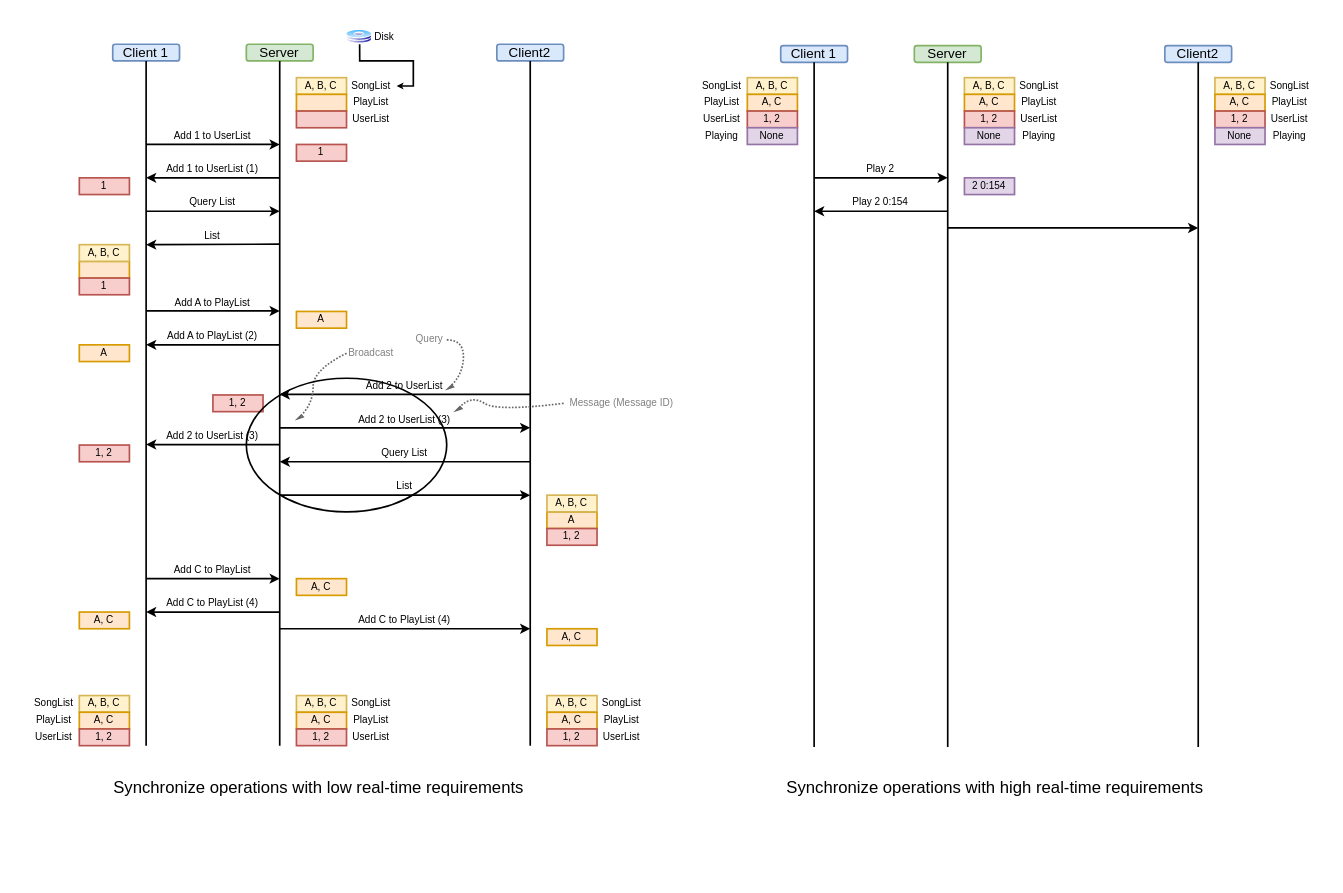
Earlier version of the draw.io diagram Drafts/ksys.drawio (xrysamuel/my-drawio). Source tidied: cells renumbered, new cells numbered last; positions are measured from the earlier drawing's top-left corner, leaving out a move shared by most shapes. Both pictures are drawn from the tidied source at 167%, with x=0, y=0 at pixel (28, 28).
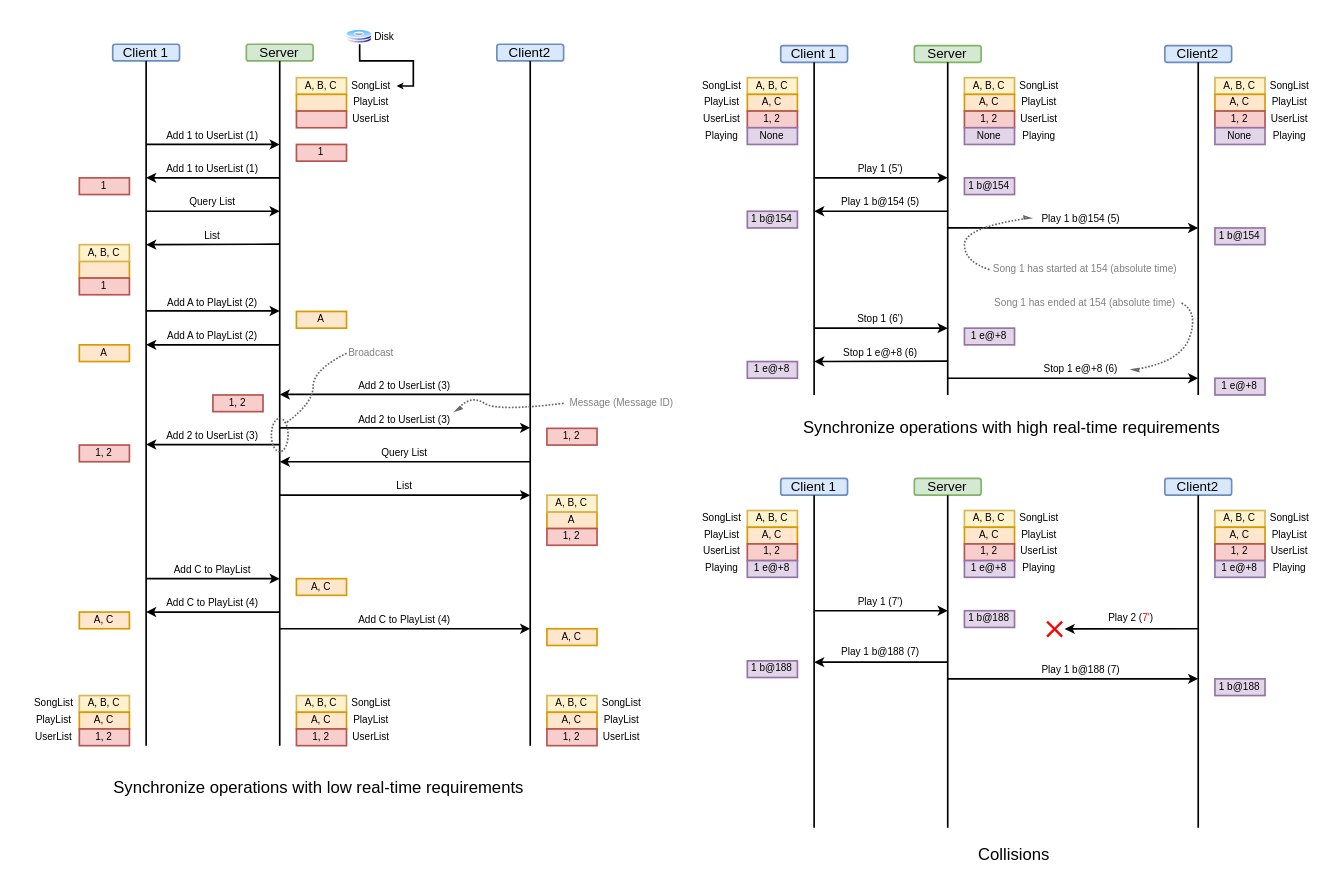
The same diagram, later.

The change refers to these unchanged cells:
```xml
<mxCell id="78" value="Client 1" style="rounded=1;whiteSpace=wrap;html=1;fontSize=8;fillColor=#dae8fc;strokeColor=#6c8ebf;" parent="1" vertex="1">
  <mxGeometry x="450" y="9.8" width="40" height="10" as="geometry" />
</mxCell>
<mxCell id="79" value="Server" style="rounded=1;whiteSpace=wrap;html=1;fontSize=8;fillColor=#d5e8d4;strokeColor=#82b366;" parent="1" vertex="1">
  <mxGeometry x="530" y="9.8" width="40" height="10" as="geometry" />
</mxCell>
<mxCell id="80" value="Client2" style="rounded=1;whiteSpace=wrap;html=1;fontSize=8;fillColor=#dae8fc;strokeColor=#6c8ebf;" parent="1" vertex="1">
  <mxGeometry x="680" y="9.8" width="40" height="10" as="geometry" />
</mxCell>
```

What changed in the source:
```diff
@@
-    <mxCell id="9" value="Add 1 to UserList" style="text;html=1;align=center;verticalAlign=middle;whiteSpace=wrap;rounded=0;fontSize=6;dashed=1;dashPattern=1 1;" parent="1" vertex="1">
+    <mxCell id="9" value="Add 1 to UserList (1)" style="text;html=1;align=center;verticalAlign=middle;whiteSpace=wrap;rounded=0;fontSize=6;dashed=1;dashPattern=1 1;" parent="1" vertex="1">
       <mxGeometry x="80" y="59" width="60" height="10" as="geometry" />
     </mxCell>
@@
-    <mxCell id="13" value="Add A to PlayList" style="text;html=1;align=center;verticalAlign=middle;whiteSpace=wrap;rounded=0;fontSize=6;" parent="1" vertex="1">
+    <mxCell id="13" value="Add A to PlayList (2)" style="text;html=1;align=center;verticalAlign=middle;whiteSpace=wrap;rounded=0;fontSize=6;" parent="1" vertex="1">
       <mxGeometry x="80" y="159" width="60" height="10" as="geometry" />
     </mxCell>
@@
-    <mxCell id="28" value="Add 2 to UserList" style="text;html=1;align=center;verticalAlign=middle;whiteSpace=wrap;rounded=0;fontSize=6;" parent="1" vertex="1">
+    <mxCell id="28" value="Add 2 to UserList (3)" style="text;html=1;align=center;verticalAlign=middle;whiteSpace=wrap;rounded=0;fontSize=6;" parent="1" vertex="1">
       <mxGeometry x="195" y="209" width="60" height="10" as="geometry" />
     </mxCell>
@@
     <mxCell id="81" style="endArrow=none;html=1;rounded=0;entryX=0.5;entryY=1;entryDx=0;entryDy=0;" parent="1" edge="1" target="78">
       <mxGeometry relative="1" as="geometry">
-        <mxPoint x="470" y="429.8" as="sourcePoint" />
+        <mxPoint x="470" y="219" as="sourcePoint" />
       </mxGeometry>
     </mxCell>
     <mxCell id="82" style="endArrow=none;html=1;rounded=0;entryX=0.5;entryY=1;entryDx=0;entryDy=0;" parent="1" edge="1" target="79">
       <mxGeometry relative="1" as="geometry">
-        <mxPoint x="550" y="429.8" as="sourcePoint" />
+        <mxPoint x="550" y="219" as="sourcePoint" />
       </mxGeometry>
     </mxCell>
     <mxCell id="83" style="endArrow=none;html=1;rounded=0;entryX=0.5;entryY=1;entryDx=0;entryDy=0;" parent="1" edge="1" target="80">
       <mxGeometry relative="1" as="geometry">
-        <mxPoint x="700" y="429.8" as="sourcePoint" />
+        <mxPoint x="700" y="219" as="sourcePoint" />
       </mxGeometry>
     </mxCell>
     <mxCell id="84" value="Synchronize operations with high real-time requirements&amp;nbsp;" style="text;html=1;align=center;verticalAlign=middle;whiteSpace=wrap;rounded=0;fontSize=10;" parent="1" vertex="1">
-      <mxGeometry x="450" y="449" width="260" height="10" as="geometry" />
+      <mxGeometry x="460" y="233" width="260" height="10" as="geometry" />
     </mxCell>
@@
-    <mxCell id="104" value="Play 2" style="text;html=1;align=center;verticalAlign=middle;whiteSpace=wrap;rounded=0;fontSize=6;" parent="1" vertex="1">
+    <mxCell id="104" value="Play 1 (5')" style="text;html=1;align=center;verticalAlign=middle;whiteSpace=wrap;rounded=0;fontSize=6;" parent="1" vertex="1">
       <mxGeometry x="480" y="79" width="60" height="10" as="geometry" />
     </mxCell>
@@
-    <mxCell id="111" value="2 0:154" style="rounded=0;whiteSpace=wrap;html=1;fillColor=#e1d5e7;strokeColor=#9673a6;fontSize=6;" parent="1" vertex="1">
+    <mxCell id="111" value="1 b@154" style="rounded=0;whiteSpace=wrap;html=1;fillColor=#e1d5e7;strokeColor=#9673a6;fontSize=6;" parent="1" vertex="1">
       <mxGeometry x="560" y="89" width="30" height="10" as="geometry" />
     </mxCell>
@@
-    <mxCell id="114" value="Play 2 0:154" style="text;html=1;align=center;verticalAlign=middle;whiteSpace=wrap;rounded=0;fontSize=6;" parent="1" vertex="1">
+    <mxCell id="114" value="Play 1 b@154 (5)" style="text;html=1;align=center;verticalAlign=middle;whiteSpace=wrap;rounded=0;fontSize=6;" parent="1" vertex="1">
       <mxGeometry x="480" y="99" width="60" height="10" as="geometry" />
     </mxCell>
@@
-    <mxCell id="116" value="Query" style="text;html=1;align=center;verticalAlign=middle;whiteSpace=wrap;rounded=0;fontSize=6;fontColor=#808080;" parent="1" vertex="1">
-      <mxGeometry x="230" y="181" width="20" height="10" as="geometry" />
-    </mxCell>
-    <mxCell id="117" style="curved=1;endArrow=async;html=1;rounded=0;endSize=2;dashed=1;dashPattern=1 1;fillColor=#f5f5f5;strokeColor=#666666;startSize=2;endFill=0;" parent="1" edge="1">
-      <mxGeometry relative="1" as="geometry">
-        <mxPoint x="250" y="186" as="sourcePoint" />
-        <mxPoint x="250" y="216" as="targetPoint" />
-        <Array as="points">
-          <mxPoint x="260" y="186" />
-          <mxPoint x="260" y="206" />
-        </Array>
-      </mxGeometry>
-    </mxCell>
@@
-    <mxCell id="120" style="curved=1;endArrow=async;html=1;rounded=0;endSize=2;dashed=1;dashPattern=1 1;fillColor=#f5f5f5;strokeColor=#666666;startSize=2;endFill=0;" parent="1" edge="1">
+    <mxCell id="120" style="curved=1;endArrow=none;html=1;rounded=0;endSize=2;dashed=1;dashPattern=1 1;fillColor=#f5f5f5;strokeColor=#666666;startSize=2;endFill=0;entryX=1;entryY=0;entryDx=0;entryDy=0;" parent="1" edge="1" target="122">
       <mxGeometry relative="1" as="geometry">
         <mxPoint x="190" y="194" as="sourcePoint" />
-        <mxPoint x="160" y="234" as="targetPoint" />
         <Array as="points">
           <mxPoint x="170" y="204" />
           <mxPoint x="170" y="224" />
         </Array>
       </mxGeometry>
     </mxCell>
@@
-    <mxCell id="122" style="ellipse;whiteSpace=wrap;html=1;fillColor=none;" parent="1" vertex="1">
-      <mxGeometry x="130" y="209" width="120" height="80" as="geometry" />
+    <mxCell id="122" style="ellipse;whiteSpace=wrap;html=1;fillColor=none;rounded=0;dashed=1;dashPattern=1 1;strokeColor=#666666;align=center;verticalAlign=middle;fontFamily=Helvetica;fontSize=11;fontColor=default;labelBackgroundColor=default;" parent="1" vertex="1">
+      <mxGeometry x="145" y="233" width="10" height="20" as="geometry" />
     </mxCell>
+    <mxCell id="123" value="1, 2" style="rounded=0;whiteSpace=wrap;html=1;fillColor=#f8cecc;strokeColor=#b85450;fontSize=6;" parent="1" vertex="1">
+      <mxGeometry x="310" y="239" width="30" height="10" as="geometry" />
+    </mxCell>
+    <mxCell id="124" value="1 b@154" style="rounded=0;whiteSpace=wrap;html=1;fillColor=#e1d5e7;strokeColor=#9673a6;fontSize=6;" parent="1" vertex="1">
+      <mxGeometry x="430" y="109" width="30" height="10" as="geometry" />
+    </mxCell>
+    <mxCell id="125" value="1 b@154" style="rounded=0;whiteSpace=wrap;html=1;fillColor=#e1d5e7;strokeColor=#9673a6;fontSize=6;" parent="1" vertex="1">
+      <mxGeometry x="710" y="119" width="30" height="10" as="geometry" />
+    </mxCell>
+    <mxCell id="126" value="Play 1 b@154 (5)" style="text;html=1;align=center;verticalAlign=middle;whiteSpace=wrap;rounded=0;fontSize=6;" parent="1" vertex="1">
+      <mxGeometry x="600" y="109" width="60" height="10" as="geometry" />
+    </mxCell>
+    <mxCell id="127" style="endArrow=classic;html=1;rounded=0;startSize=3;endSize=3;" parent="1" edge="1">
+      <mxGeometry relative="1" as="geometry">
+        <mxPoint x="470" y="179" as="sourcePoint" />
+        <mxPoint x="550" y="179" as="targetPoint" />
+      </mxGeometry>
+    </mxCell>
+    <mxCell id="128" value="Stop 1 (6')" style="text;html=1;align=center;verticalAlign=middle;whiteSpace=wrap;rounded=0;fontSize=6;" parent="1" vertex="1">
+      <mxGeometry x="480" y="169" width="60" height="10" as="geometry" />
+    </mxCell>
+    <mxCell id="129" value="1 e@+8" style="rounded=0;whiteSpace=wrap;html=1;fillColor=#e1d5e7;strokeColor=#9673a6;fontSize=6;" parent="1" vertex="1">
+      <mxGeometry x="560" y="179" width="30" height="10" as="geometry" />
+    </mxCell>
+    <mxCell id="130" style="endArrow=classic;html=1;rounded=0;startSize=3;endSize=3;" parent="1" edge="1">
+      <mxGeometry relative="1" as="geometry">
+        <mxPoint x="550" y="198.7" as="sourcePoint" />
+        <mxPoint x="470" y="199" as="targetPoint" />
+      </mxGeometry>
+    </mxCell>
+    <mxCell id="131" value="Stop 1 e@+8 (6)" style="text;html=1;align=center;verticalAlign=middle;whiteSpace=wrap;rounded=0;fontSize=6;" parent="1" vertex="1">
+      <mxGeometry x="480" y="189" width="60" height="10" as="geometry" />
+    </mxCell>
+    <mxCell id="132" value="1 e@+8" style="rounded=0;whiteSpace=wrap;html=1;fillColor=#e1d5e7;strokeColor=#9673a6;fontSize=6;" parent="1" vertex="1">
+      <mxGeometry x="430" y="199" width="30" height="10" as="geometry" />
+    </mxCell>
+    <mxCell id="133" value="1 e@+8" style="rounded=0;whiteSpace=wrap;html=1;fillColor=#e1d5e7;strokeColor=#9673a6;fontSize=6;" parent="1" vertex="1">
+      <mxGeometry x="710" y="209" width="30" height="10" as="geometry" />
+    </mxCell>
+    <mxCell id="134" style="endArrow=classic;html=1;rounded=0;startSize=3;endSize=3;" parent="1" edge="1">
+      <mxGeometry relative="1" as="geometry">
+        <mxPoint x="550" y="209" as="sourcePoint" />
+        <mxPoint x="700" y="209" as="targetPoint" />
+      </mxGeometry>
+    </mxCell>
+    <mxCell id="135" value="Stop 1 e@+8 (6)" style="text;html=1;align=center;verticalAlign=middle;whiteSpace=wrap;rounded=0;fontSize=6;" parent="1" vertex="1">
+      <mxGeometry x="600" y="199" width="60" height="10" as="geometry" />
+    </mxCell>
+    <mxCell id="136" value="Collisions" style="text;html=1;align=center;verticalAlign=middle;whiteSpace=wrap;rounded=0;fontSize=10;" parent="1" vertex="1">
+      <mxGeometry x="460" y="489" width="260" height="10" as="geometry" />
+    </mxCell>
+    <mxCell id="137" value="Client 1" style="rounded=1;whiteSpace=wrap;html=1;fontSize=8;fillColor=#dae8fc;strokeColor=#6c8ebf;" parent="1" vertex="1">
+      <mxGeometry x="450" y="269" width="40" height="10" as="geometry" />
+    </mxCell>
+    <mxCell id="138" value="Server" style="rounded=1;whiteSpace=wrap;html=1;fontSize=8;fillColor=#d5e8d4;strokeColor=#82b366;" parent="1" vertex="1">
+      <mxGeometry x="530" y="269" width="40" height="10" as="geometry" />
+    </mxCell>
+    <mxCell id="139" value="Client2" style="rounded=1;whiteSpace=wrap;html=1;fontSize=8;fillColor=#dae8fc;strokeColor=#6c8ebf;" parent="1" vertex="1">
+      <mxGeometry x="680" y="269" width="40" height="10" as="geometry" />
+    </mxCell>
+    <mxCell id="140" style="endArrow=none;html=1;rounded=0;entryX=0.5;entryY=1;entryDx=0;entryDy=0;" parent="1" edge="1" target="137">
+      <mxGeometry relative="1" as="geometry">
+        <mxPoint x="470" y="478.2" as="sourcePoint" />
+      </mxGeometry>
+    </mxCell>
+    <mxCell id="141" style="endArrow=none;html=1;rounded=0;entryX=0.5;entryY=1;entryDx=0;entryDy=0;" parent="1" edge="1" target="138">
+      <mxGeometry relative="1" as="geometry">
+        <mxPoint x="550" y="478.2" as="sourcePoint" />
+      </mxGeometry>
+    </mxCell>
+    <mxCell id="142" style="endArrow=none;html=1;rounded=0;entryX=0.5;entryY=1;entryDx=0;entryDy=0;" parent="1" edge="1" target="139">
+      <mxGeometry relative="1" as="geometry">
+        <mxPoint x="700" y="478.2" as="sourcePoint" />
+      </mxGeometry>
+    </mxCell>
+    <mxCell id="143" value="A, B, C" style="rounded=0;whiteSpace=wrap;html=1;fillColor=#fff2cc;strokeColor=#d6b656;fontSize=6;" parent="1" vertex="1">
+      <mxGeometry x="710" y="288.2" width="30" height="10" as="geometry" />
+    </mxCell>
+    <mxCell id="144" value="A, C" style="rounded=0;whiteSpace=wrap;html=1;fillColor=#ffe6cc;strokeColor=#d79b00;fontSize=6;" parent="1" vertex="1">
+      <mxGeometry x="710" y="298.2" width="30" height="10" as="geometry" />
+    </mxCell>
+    <mxCell id="145" value="1, 2" style="rounded=0;whiteSpace=wrap;html=1;fillColor=#f8cecc;strokeColor=#b85450;fontSize=6;" parent="1" vertex="1">
+      <mxGeometry x="710" y="308.2" width="30" height="10" as="geometry" />
+    </mxCell>
+    <mxCell id="146" value="SongList" style="text;html=1;align=center;verticalAlign=middle;whiteSpace=wrap;rounded=0;fontSize=6;" parent="1" vertex="1">
+      <mxGeometry x="740" y="288.2" width="30" height="10" as="geometry" />
+    </mxCell>
+    <mxCell id="147" value="PlayList" style="text;html=1;align=center;verticalAlign=middle;whiteSpace=wrap;rounded=0;fontSize=6;" parent="1" vertex="1">
+      <mxGeometry x="740" y="298.2" width="30" height="10" as="geometry" />
+    </mxCell>
+    <mxCell id="148" value="UserList" style="text;html=1;align=center;verticalAlign=middle;whiteSpace=wrap;rounded=0;fontSize=6;" parent="1" vertex="1">
+      <mxGeometry x="740" y="308.2" width="30" height="10" as="geometry" />
+    </mxCell>
+    <mxCell id="149" value="A, B, C" style="rounded=0;whiteSpace=wrap;html=1;fillColor=#fff2cc;strokeColor=#d6b656;fontSize=6;" parent="1" vertex="1">
+      <mxGeometry x="560" y="288.2" width="30" height="10" as="geometry" />
+    </mxCell>
+    <mxCell id="150" value="A, C" style="rounded=0;whiteSpace=wrap;html=1;fillColor=#ffe6cc;strokeColor=#d79b00;fontSize=6;" parent="1" vertex="1">
+      <mxGeometry x="560" y="298.2" width="30" height="10" as="geometry" />
+    </mxCell>
+    <mxCell id="151" value="1, 2" style="rounded=0;whiteSpace=wrap;html=1;fillColor=#f8cecc;strokeColor=#b85450;fontSize=6;" parent="1" vertex="1">
+      <mxGeometry x="560" y="308.2" width="30" height="10" as="geometry" />
+    </mxCell>
+    <mxCell id="152" value="SongList" style="text;html=1;align=center;verticalAlign=middle;whiteSpace=wrap;rounded=0;fontSize=6;" parent="1" vertex="1">
+      <mxGeometry x="590" y="288.2" width="30" height="10" as="geometry" />
+    </mxCell>
+    <mxCell id="153" value="PlayList" style="text;html=1;align=center;verticalAlign=middle;whiteSpace=wrap;rounded=0;fontSize=6;" parent="1" vertex="1">
+      <mxGeometry x="590" y="298.2" width="30" height="10" as="geometry" />
+    </mxCell>
+    <mxCell id="154" value="UserList" style="text;html=1;align=center;verticalAlign=middle;whiteSpace=wrap;rounded=0;fontSize=6;" parent="1" vertex="1">
+      <mxGeometry x="590" y="308.2" width="30" height="10" as="geometry" />
+    </mxCell>
+    <mxCell id="155" value="A, B, C" style="rounded=0;whiteSpace=wrap;html=1;fillColor=#fff2cc;strokeColor=#d6b656;fontSize=6;" parent="1" vertex="1">
+      <mxGeometry x="430" y="288.2" width="30" height="10" as="geometry" />
+    </mxCell>
+    <mxCell id="156" value="A, C" style="rounded=0;whiteSpace=wrap;html=1;fillColor=#ffe6cc;strokeColor=#d79b00;fontSize=6;" parent="1" vertex="1">
+      <mxGeometry x="430" y="298.2" width="30" height="10" as="geometry" />
+    </mxCell>
+    <mxCell id="157" value="1, 2" style="rounded=0;whiteSpace=wrap;html=1;fillColor=#f8cecc;strokeColor=#b85450;fontSize=6;" parent="1" vertex="1">
+      <mxGeometry x="430" y="308.2" width="30" height="10" as="geometry" />
+    </mxCell>
+    <mxCell id="158" value="SongList" style="text;html=1;align=center;verticalAlign=middle;whiteSpace=wrap;rounded=0;fontSize=6;" parent="1" vertex="1">
+      <mxGeometry x="400" y="288.2" width="30" height="10" as="geometry" />
+    </mxCell>
+    <mxCell id="159" value="PlayList" style="text;html=1;align=center;verticalAlign=middle;whiteSpace=wrap;rounded=0;fontSize=6;" parent="1" vertex="1">
+      <mxGeometry x="400" y="298.2" width="30" height="10" as="geometry" />
+    </mxCell>
+    <mxCell id="160" value="UserList" style="text;html=1;align=center;verticalAlign=middle;whiteSpace=wrap;rounded=0;fontSize=6;" parent="1" vertex="1">
+      <mxGeometry x="400" y="308.2" width="30" height="10" as="geometry" />
+    </mxCell>
+    <mxCell id="161" style="endArrow=classic;html=1;rounded=0;startSize=3;endSize=3;" parent="1" edge="1">
+      <mxGeometry relative="1" as="geometry">
+        <mxPoint x="470" y="348.2" as="sourcePoint" />
+        <mxPoint x="550" y="348.2" as="targetPoint" />
+      </mxGeometry>
+    </mxCell>
+    <mxCell id="162" value="Play 1 (7')" style="text;html=1;align=center;verticalAlign=middle;whiteSpace=wrap;rounded=0;fontSize=6;" parent="1" vertex="1">
+      <mxGeometry x="480" y="338.2" width="60" height="10" as="geometry" />
+    </mxCell>
+    <mxCell id="163" value="1 e@+8" style="rounded=0;whiteSpace=wrap;html=1;fillColor=#e1d5e7;strokeColor=#9673a6;fontSize=6;" parent="1" vertex="1">
+      <mxGeometry x="430" y="318.2" width="30" height="10" as="geometry" />
+    </mxCell>
+    <mxCell id="164" value="Playing" style="text;html=1;align=center;verticalAlign=middle;whiteSpace=wrap;rounded=0;fontSize=6;" parent="1" vertex="1">
+      <mxGeometry x="400" y="318.2" width="30" height="10" as="geometry" />
+    </mxCell>
+    <mxCell id="165" value="1 e@+8" style="rounded=0;whiteSpace=wrap;html=1;fillColor=#e1d5e7;strokeColor=#9673a6;fontSize=6;" parent="1" vertex="1">
+      <mxGeometry x="560" y="318.2" width="30" height="10" as="geometry" />
+    </mxCell>
+    <mxCell id="166" value="Playing" style="text;html=1;align=center;verticalAlign=middle;whiteSpace=wrap;rounded=0;fontSize=6;" parent="1" vertex="1">
+      <mxGeometry x="590" y="318.2" width="30" height="10" as="geometry" />
+    </mxCell>
+    <mxCell id="167" value="1 e@+8" style="rounded=0;whiteSpace=wrap;html=1;fillColor=#e1d5e7;strokeColor=#9673a6;fontSize=6;" parent="1" vertex="1">
+      <mxGeometry x="710" y="318.2" width="30" height="10" as="geometry" />
+    </mxCell>
+    <mxCell id="168" value="Playing" style="text;html=1;align=center;verticalAlign=middle;whiteSpace=wrap;rounded=0;fontSize=6;" parent="1" vertex="1">
+      <mxGeometry x="740" y="318.2" width="30" height="10" as="geometry" />
+    </mxCell>
+    <mxCell id="169" style="endArrow=classic;html=1;rounded=0;startSize=3;endSize=3;" parent="1" edge="1">
+      <mxGeometry relative="1" as="geometry">
+        <mxPoint x="700" y="359" as="sourcePoint" />
+        <mxPoint x="620" y="359.1" as="targetPoint" />
+      </mxGeometry>
+    </mxCell>
+    <mxCell id="170" value="Play 2 (&lt;font color=&quot;#ff0000&quot;&gt;7'&lt;/font&gt;)" style="text;html=1;align=center;verticalAlign=middle;whiteSpace=wrap;rounded=0;fontSize=6;" parent="1" vertex="1">
+      <mxGeometry x="630" y="348.2" width="60" height="10" as="geometry" />
+    </mxCell>
+    <mxCell id="171" style="shape=mxgraph.mockup.markup.redX;fillColor=#ff0000;html=1;shadow=0;whiteSpace=wrap;strokeColor=none;" parent="1" vertex="1">
+      <mxGeometry x="609" y="354.2" width="10" height="10" as="geometry" />
+    </mxCell>
+    <mxCell id="172" value="1 b@188" style="rounded=0;whiteSpace=wrap;html=1;fillColor=#e1d5e7;strokeColor=#9673a6;fontSize=6;" parent="1" vertex="1">
+      <mxGeometry x="560" y="348.2" width="30" height="10" as="geometry" />
+    </mxCell>
+    <mxCell id="173" style="endArrow=classic;html=1;rounded=0;startSize=3;endSize=3;" parent="1" edge="1">
+      <mxGeometry relative="1" as="geometry">
+        <mxPoint x="550" y="379" as="sourcePoint" />
+        <mxPoint x="470" y="379" as="targetPoint" />
+      </mxGeometry>
+    </mxCell>
+    <mxCell id="174" value="Play 1 b@188 (7)" style="text;html=1;align=center;verticalAlign=middle;whiteSpace=wrap;rounded=0;fontSize=6;" parent="1" vertex="1">
+      <mxGeometry x="480" y="368.2" width="60" height="10" as="geometry" />
+    </mxCell>
+    <mxCell id="175" style="endArrow=classic;html=1;rounded=0;startSize=3;endSize=3;" parent="1" edge="1">
+      <mxGeometry relative="1" as="geometry">
+        <mxPoint x="550" y="389" as="sourcePoint" />
+        <mxPoint x="700" y="389" as="targetPoint" />
+      </mxGeometry>
+    </mxCell>
+    <mxCell id="176" value="1 b@188" style="rounded=0;whiteSpace=wrap;html=1;fillColor=#e1d5e7;strokeColor=#9673a6;fontSize=6;" parent="1" vertex="1">
+      <mxGeometry x="430" y="378.2" width="30" height="10" as="geometry" />
+    </mxCell>
+    <mxCell id="177" value="1 b@188" style="rounded=0;whiteSpace=wrap;html=1;fillColor=#e1d5e7;strokeColor=#9673a6;fontSize=6;" parent="1" vertex="1">
+      <mxGeometry x="710" y="389" width="30" height="10" as="geometry" />
+    </mxCell>
+    <mxCell id="178" value="Play 1 b@188 (7)" style="text;html=1;align=center;verticalAlign=middle;whiteSpace=wrap;rounded=0;fontSize=6;" parent="1" vertex="1">
+      <mxGeometry x="600" y="379" width="60" height="10" as="geometry" />
+    </mxCell>
+    <mxCell id="179" value="Song 1 has started at 154 (absolute time)" style="text;html=1;align=center;verticalAlign=middle;whiteSpace=wrap;rounded=0;fontSize=6;fontColor=#808080;" parent="1" vertex="1">
+      <mxGeometry x="575" y="139" width="115" height="10" as="geometry" />
+    </mxCell>
+    <mxCell id="180" style="curved=1;endArrow=async;html=1;rounded=0;endSize=2;dashed=1;dashPattern=1 1;fillColor=#f5f5f5;strokeColor=#666666;startSize=2;endFill=0;exitX=0;exitY=0.5;exitDx=0;exitDy=0;entryX=0;entryY=0.388;entryDx=0;entryDy=0;entryPerimeter=0;" parent="1" edge="1" source="179" target="126">
+      <mxGeometry relative="1" as="geometry">
+        <Array as="points">
+          <mxPoint x="560" y="139" />
+          <mxPoint x="560" y="119" />
+        </Array>
+      </mxGeometry>
+    </mxCell>
+    <mxCell id="181" value="Song 1 has ended at 154 (absolute time)" style="text;html=1;align=center;verticalAlign=middle;whiteSpace=wrap;rounded=0;fontSize=6;fontColor=#808080;" parent="1" vertex="1">
+      <mxGeometry x="575" y="159" width="115" height="10" as="geometry" />
+    </mxCell>
+    <mxCell id="182" style="curved=1;endArrow=async;html=1;rounded=0;endSize=2;dashed=1;dashPattern=1 1;fillColor=#f5f5f5;strokeColor=#666666;startSize=2;endFill=0;exitX=1;exitY=0.5;exitDx=0;exitDy=0;entryX=1;entryY=0.5;entryDx=0;entryDy=0;" parent="1" edge="1" source="181" target="135">
+      <mxGeometry relative="1" as="geometry">
+        <Array as="points">
+          <mxPoint x="700" y="169" />
+          <mxPoint x="690" y="199" />
+        </Array>
+      </mxGeometry>
+    </mxCell>
```
